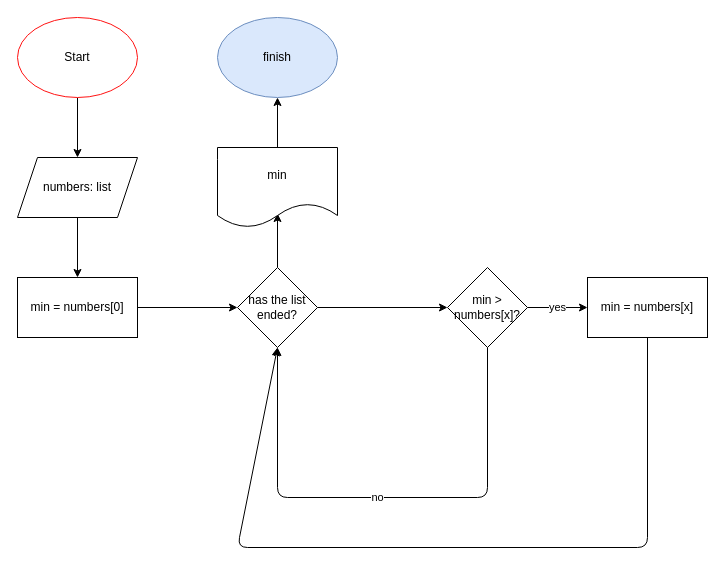
Before: Untitled Diagram.drawio in yourenoticed/gb, a draw.io diagram. Source tidied: cells renumbered, new cells numbered last; positions are measured from the earlier drawing's top-left corner, leaving out a move shared by most shapes. Both pictures are drawn from the tidied source at 100%, with x=0, y=0 at pixel (17, 17).
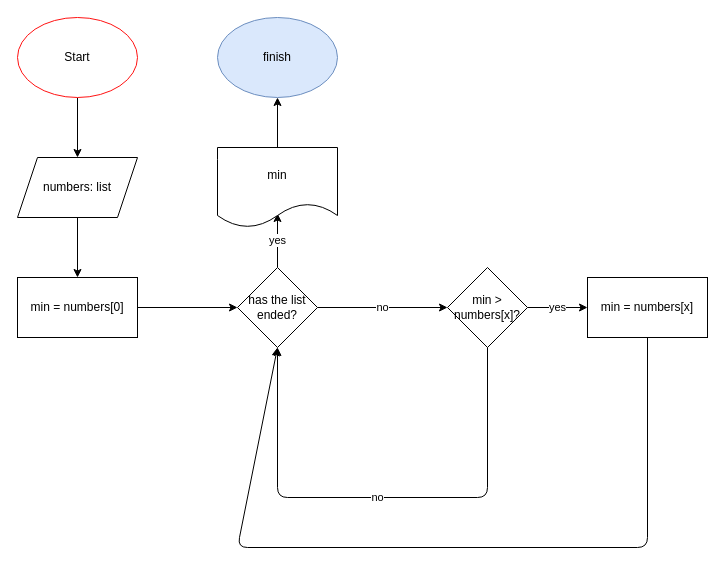
The same diagram, later.

The change refers to these unchanged cells:
```xml
<mxCell id="10" value="has the list ended?" style="rhombus;whiteSpace=wrap;html=1;rounded=0;" parent="1" vertex="1">
  <mxGeometry x="220" y="250" width="80" height="80" as="geometry" />
</mxCell>
<mxCell id="12" value="min" style="shape=document;whiteSpace=wrap;html=1;boundedLbl=1;" parent="1" vertex="1">
  <mxGeometry x="200" y="130" width="120" height="80" as="geometry" />
</mxCell>
<mxCell id="14" value="min &amp;gt; numbers[x]?" style="rhombus;whiteSpace=wrap;html=1;rounded=0;" parent="1" vertex="1">
  <mxGeometry x="430" y="250" width="80" height="80" as="geometry" />
</mxCell>
```

Diff of the diagram source:
```diff
@@
-    <mxCell id="8" style="edgeStyle=orthogonalEdgeStyle;rounded=0;jettySize=auto;html=1;entryX=0.5;entryY=0.825;entryDx=0;entryDy=0;entryPerimeter=0;" parent="1" edge="1" source="10" target="12">
+    <mxCell id="8" value="yes" style="edgeStyle=orthogonalEdgeStyle;rounded=0;jettySize=auto;html=1;entryX=0.5;entryY=0.825;entryDx=0;entryDy=0;entryPerimeter=0;" parent="1" edge="1" source="10" target="12">
       <mxGeometry relative="1" as="geometry" />
     </mxCell>
-    <mxCell id="9" style="edgeStyle=orthogonalEdgeStyle;rounded=0;jettySize=auto;html=1;" parent="1" edge="1" source="10" target="14">
+    <mxCell id="9" value="no" style="edgeStyle=orthogonalEdgeStyle;rounded=0;jettySize=auto;html=1;" parent="1" edge="1" source="10" target="14">
       <mxGeometry relative="1" as="geometry" />
     </mxCell>
```
